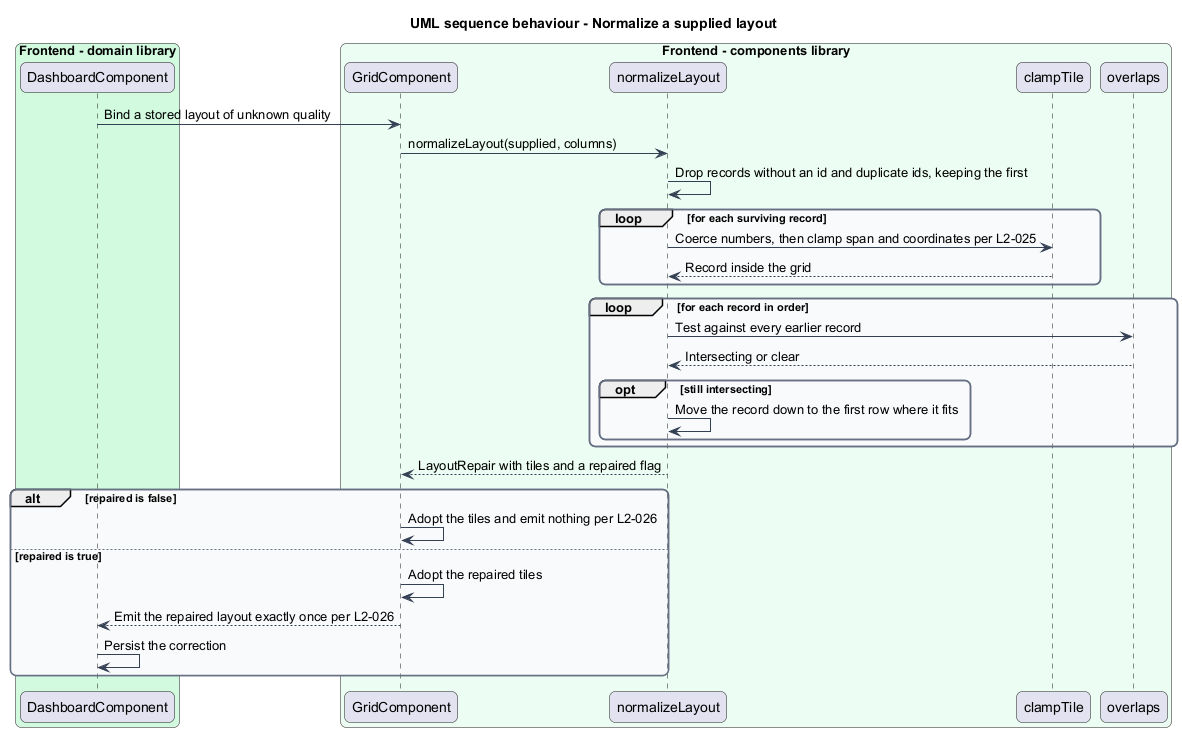
Above: docs/detailed-designs/grid-layout/normalize-supplied-layout/diagrams/sequence-normalize.png in QuinntyneBrown/qbc-grid (PlantUML), before the change. The source it was exported from:
```plantuml
@startuml
title UML sequence behaviour - Normalize a supplied layout
skinparam backgroundColor #FFFFFF
skinparam shadowing false
skinparam roundcorner 12
skinparam defaultFontName Arial
skinparam ArrowColor #344054
skinparam rectangle {
  BorderColor #344054
  FontColor #101828
}
skinparam package {
  BorderColor #667085
  FontColor #101828
  BackgroundColor #F9FAFB
}
box "Frontend - domain library" #D1FADF
  participant "DashboardComponent" as dashboard
end box
box "Frontend - components library" #ECFDF3
  participant "GridComponent" as grid
  participant "normalizeLayout" as normalize
  participant "clampTile" as clamp
  participant "overlaps" as overlap
end box

dashboard -> grid : Bind a stored layout of unknown quality
grid -> normalize : normalizeLayout(supplied, columns)
normalize -> normalize : Drop records without an id and duplicate ids, keeping the first
loop for each surviving record
  normalize -> clamp : Coerce numbers, then clamp span and coordinates per L2-025
  clamp --> normalize : Record inside the grid
end
loop for each record in order
  normalize -> overlap : Test against every earlier record
  overlap --> normalize : Intersecting or clear
  opt still intersecting
    normalize -> normalize : Move the record down to the first row where it fits
  end
end
normalize --> grid : LayoutRepair with tiles and a repaired flag
alt repaired is false
  grid -> grid : Adopt the tiles and emit nothing per L2-026
else repaired is true
  grid -> grid : Adopt the repaired tiles
  grid --> dashboard : Emit the repaired layout exactly once per L2-026
  dashboard -> dashboard : Persist the correction
end
@enduml
```
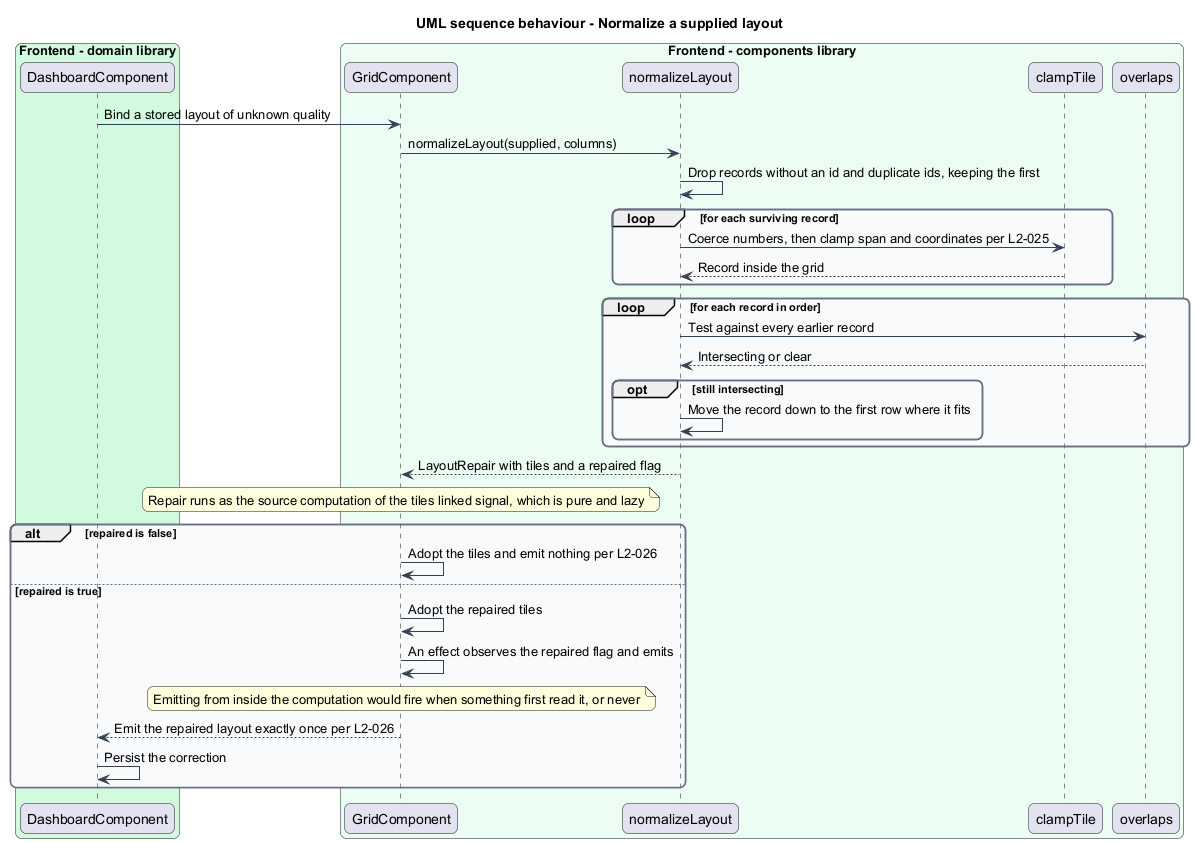
Above is the later version.

Commit message:
docs: correct two sequences that still showed superseded designs

What changed in the source:
```diff
@@ -39,10 +39,13 @@
   end
 end
 normalize --> grid : LayoutRepair with tiles and a repaired flag
+note over grid : Repair runs as the source computation of the tiles linked signal, which is pure and lazy
 alt repaired is false
   grid -> grid : Adopt the tiles and emit nothing per L2-026
 else repaired is true
   grid -> grid : Adopt the repaired tiles
+  grid -> grid : An effect observes the repaired flag and emits
+  note over grid : Emitting from inside the computation would fire when something first read it, or never
   grid --> dashboard : Emit the repaired layout exactly once per L2-026
   dashboard -> dashboard : Persist the correction
 end
```
